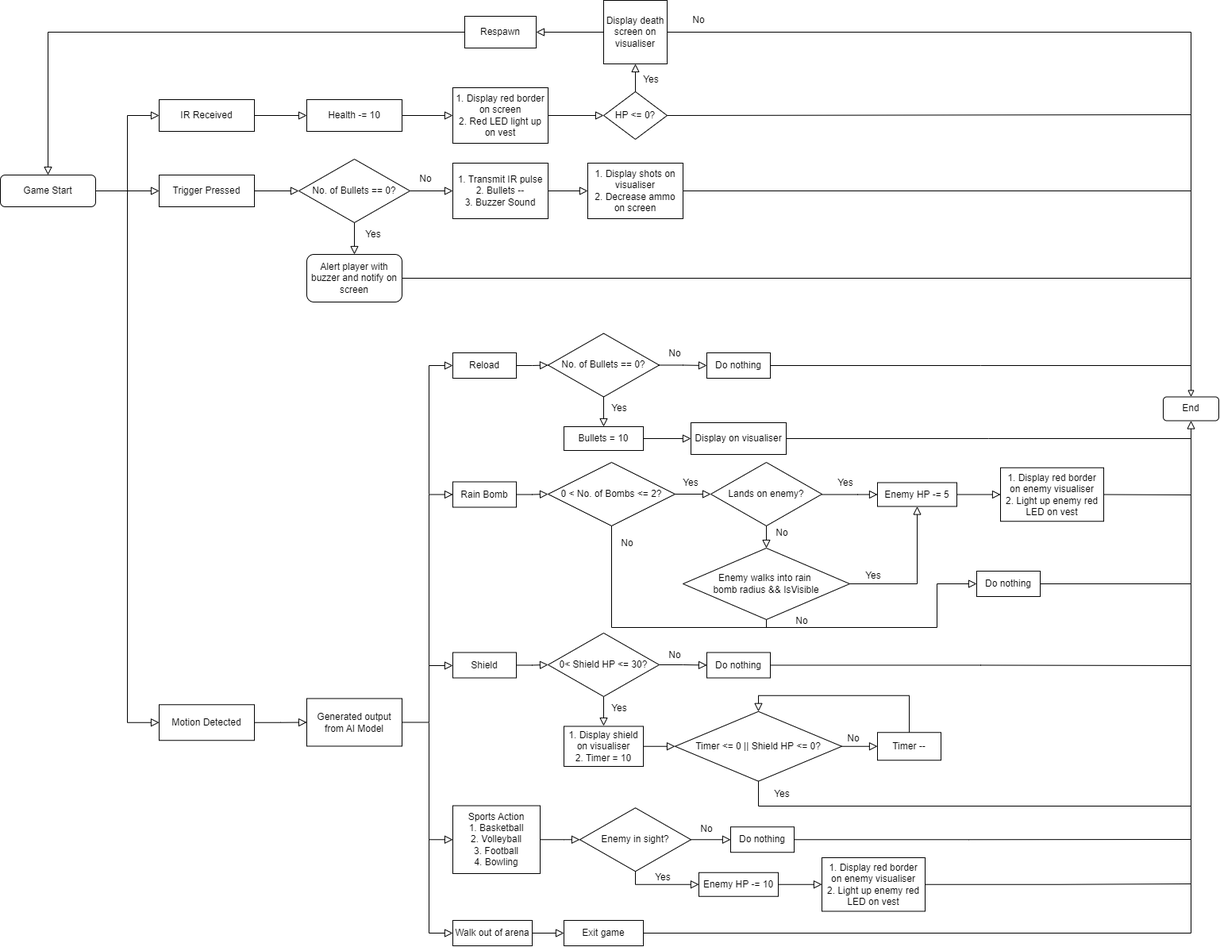
Earlier version of the draw.io export Diagrams/Flow Diagram.png (J0shuaLeong/CG4002). Source tidied: cells renumbered, new cells last; positions are measured from the earlier drawing's top-left corner, leaving out a move shared by most shapes.
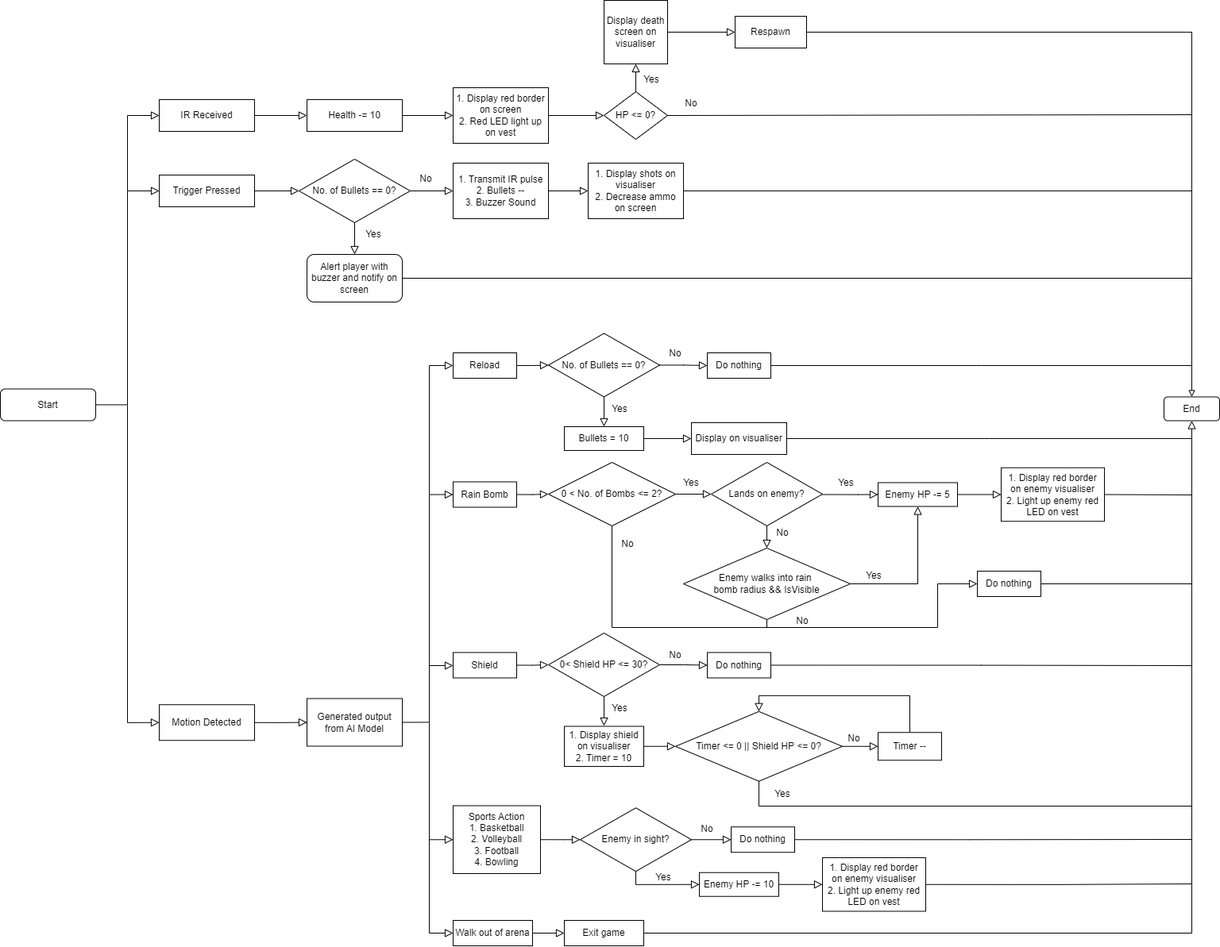
After the change.

Change to the diagram source:
```diff
@@ -5,8 +5,8 @@
     <mxCell id="2" style="rounded=0;html=1;jettySize=auto;fontSize=11;endArrow=block;endFill=0;endSize=8;strokeWidth=1;shadow=0;labelBackgroundColor=none;edgeStyle=orthogonalEdgeStyle;entryX=0;entryY=0.5;entryDx=0;entryDy=0;" parent="1" edge="1" source="3" target="4">
       <mxGeometry relative="1" as="geometry" />
     </mxCell>
-    <mxCell id="3" value="Game Start" style="rounded=1;whiteSpace=wrap;html=1;fontSize=12;glass=0;strokeWidth=1;shadow=0;" parent="1" vertex="1">
-      <mxGeometry y="220" width="120" height="40" as="geometry" />
+    <mxCell id="3" value="Start" style="rounded=1;whiteSpace=wrap;html=1;fontSize=12;glass=0;strokeWidth=1;shadow=0;" parent="1" vertex="1">
+      <mxGeometry y="489.5" width="120" height="40" as="geometry" />
     </mxCell>
     <mxCell id="4" value="Trigger Pressed" style="rounded=0;whiteSpace=wrap;html=1;" parent="1" vertex="1">
       <mxGeometry x="200" y="220" width="120" height="40" as="geometry" />
@@ -75,11 +75,11 @@
     <mxCell id="23" style="rounded=0;html=1;jettySize=auto;fontSize=11;endArrow=block;endFill=0;endSize=8;strokeWidth=1;shadow=0;labelBackgroundColor=none;edgeStyle=orthogonalEdgeStyle;exitX=1;exitY=0.5;exitDx=0;exitDy=0;entryX=0;entryY=0.5;entryDx=0;entryDy=0;" parent="1" edge="1" source="20" target="22">
       <mxGeometry relative="1" as="geometry" />
     </mxCell>
-    <mxCell id="24" style="endArrow=block;html=1;rounded=0;exitX=1;exitY=0.5;exitDx=0;exitDy=0;edgeStyle=orthogonalEdgeStyle;entryX=0.5;entryY=0;entryDx=0;entryDy=0;endFill=0;" parent="1" edge="1" source="26" target="16">
+    <mxCell id="24" style="endArrow=block;html=1;rounded=0;exitX=1;exitY=0.5;exitDx=0;exitDy=0;edgeStyle=orthogonalEdgeStyle;entryX=0.5;entryY=0;entryDx=0;entryDy=0;endFill=0;" parent="1" edge="1" source="29" target="16">
       <mxGeometry relative="1" as="geometry" />
     </mxCell>
     <mxCell id="25" value="No" style="text;html=1;align=center;verticalAlign=middle;whiteSpace=wrap;rounded=0;" parent="1" vertex="1">
-      <mxGeometry x="850" y="10" width="60" height="30" as="geometry" />
+      <mxGeometry x="840" y="115" width="60" height="30" as="geometry" />
     </mxCell>
     <mxCell id="26" value="Display death screen on visualiser" style="whiteSpace=wrap;html=1;" parent="1" vertex="1">
       <mxGeometry x="760" width="80" height="80" as="geometry" />
@@ -91,11 +91,8 @@
       <mxGeometry x="790" y="85" width="60" height="30" as="geometry" />
     </mxCell>
     <mxCell id="29" value="Respawn" style="rounded=0;whiteSpace=wrap;html=1;" parent="1" vertex="1">
-      <mxGeometry x="585" y="20" width="90" height="40" as="geometry" />
+      <mxGeometry x="925" y="20" width="90" height="40" as="geometry" />
     </mxCell>
-    <mxCell id="30" style="rounded=0;html=1;jettySize=auto;fontSize=11;endArrow=block;endFill=0;endSize=8;strokeWidth=1;shadow=0;labelBackgroundColor=none;edgeStyle=orthogonalEdgeStyle;exitX=0;exitY=0.5;exitDx=0;exitDy=0;entryX=1;entryY=0.5;entryDx=0;entryDy=0;" parent="1" edge="1" source="26" target="29">
-      <mxGeometry relative="1" as="geometry" />
-    </mxCell>
     <mxCell id="31" value="No" style="text;html=1;align=center;verticalAlign=middle;whiteSpace=wrap;rounded=0;" parent="1" vertex="1">
       <mxGeometry x="506" y="210" width="60" height="30" as="geometry" />
     </mxCell>
@@ -109,12 +106,9 @@
         <mxPoint x="1500" y="350" as="targetPoint" />
       </mxGeometry>
     </mxCell>
-    <mxCell id="34" style="rounded=0;html=1;jettySize=auto;fontSize=11;endArrow=block;endFill=0;endSize=8;strokeWidth=1;shadow=0;labelBackgroundColor=none;edgeStyle=orthogonalEdgeStyle;exitX=0;exitY=0.5;exitDx=0;exitDy=0;entryX=0.5;entryY=0;entryDx=0;entryDy=0;" parent="1" edge="1" source="29" target="3">
-      <mxGeometry relative="1" as="geometry" />
-    </mxCell>
     <mxCell id="35" style="rounded=0;html=1;jettySize=auto;fontSize=11;endArrow=block;endFill=0;endSize=8;strokeWidth=1;shadow=0;labelBackgroundColor=none;edgeStyle=orthogonalEdgeStyle;entryX=0;entryY=0.5;entryDx=0;entryDy=0;" parent="1" edge="1" target="36">
       <mxGeometry relative="1" as="geometry">
-        <mxPoint x="160" y="240" as="sourcePoint" />
+        <mxPoint x="160" y="510" as="sourcePoint" />
         <Array as="points">
           <mxPoint x="160" y="910" />
         </Array>
@@ -441,5 +435,8 @@
         <mxPoint x="1500" y="623" as="targetPoint" />
       </mxGeometry>
     </mxCell>
+    <mxCell id="30" style="rounded=0;html=1;jettySize=auto;fontSize=11;endArrow=block;endFill=0;endSize=8;strokeWidth=1;shadow=0;labelBackgroundColor=none;edgeStyle=orthogonalEdgeStyle;exitX=1;exitY=0.5;exitDx=0;exitDy=0;entryX=0;entryY=0.5;entryDx=0;entryDy=0;" parent="1" edge="1" source="26" target="29">
+      <mxGeometry relative="1" as="geometry" />
+    </mxCell>
   </root>
 </mxGraphModel>
```
